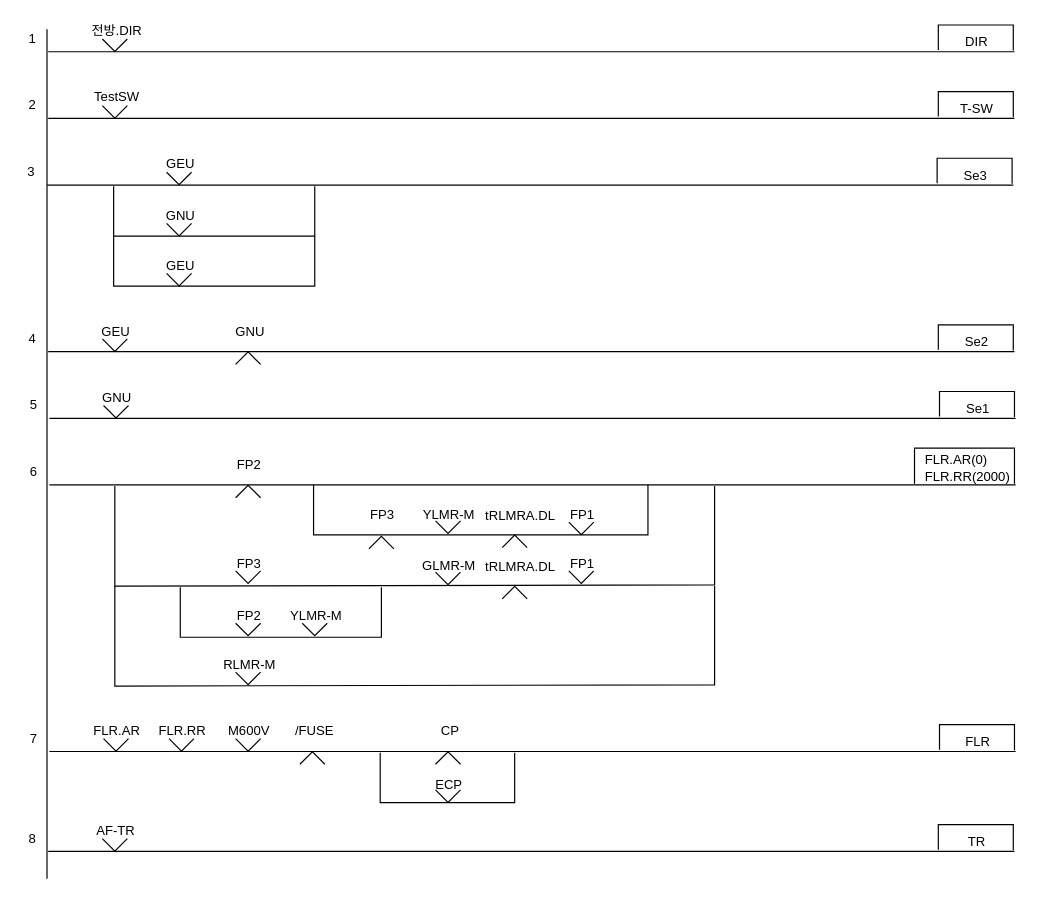
The draw.io diagram page "통신제어(송신)_all" (6 of 6) of Signal/4Display-Signal-Control-Logic.drawio in chillin2/MyDraw.io, before the edit. Source tidied: cells renumbered, new cells numbered last; positions are measured from the earlier drawing's top-left corner, leaving out a move shared by most shapes. Both pictures are drawn from the tidied source at 119%, with x=0, y=0 at pixel (20, 20).
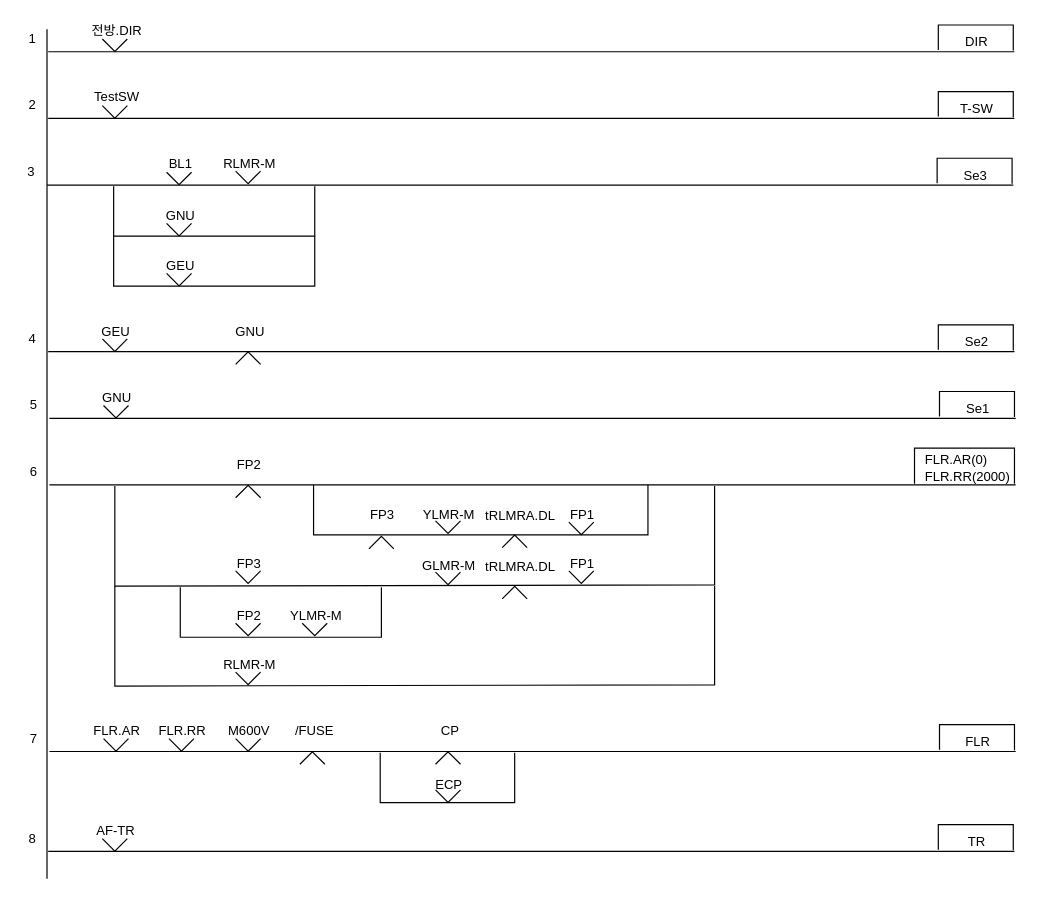
The same page after the edit.

Diff of the diagram source:
```diff
@@
-    <mxCell id="16" value="GEU" style="text;html=1;strokeColor=none;fillColor=none;align=center;verticalAlign=middle;whiteSpace=wrap;rounded=0;fontFamily=Helvetica;fontSize=11;fontColor=default;" parent="1" vertex="1">
+    <mxCell id="16" value="BL1" style="text;html=1;strokeColor=none;fillColor=none;align=center;verticalAlign=middle;whiteSpace=wrap;rounded=0;fontFamily=Helvetica;fontSize=11;fontColor=default;" parent="1" vertex="1">
       <mxGeometry x="110" y="113" width="49" height="14" as="geometry" />
     </mxCell>
@@
+    <mxCell id="96" value="RLMR-M" style="text;html=1;strokeColor=none;fillColor=none;align=center;verticalAlign=middle;whiteSpace=wrap;rounded=0;fontFamily=Helvetica;fontSize=11;fontColor=default;" parent="1" vertex="1">
+      <mxGeometry x="169" y="112" width="47" height="15" as="geometry" />
+    </mxCell>
+    <mxCell id="97" style="verticalLabelPosition=bottom;html=1;verticalAlign=top;align=center;shape=mxgraph.floorplan.windowBow;strokeWidth=1;fontSize=11;" parent="1" vertex="1">
+      <mxGeometry x="180.5" y="126" width="21" height="11" as="geometry" />
+    </mxCell>
```
